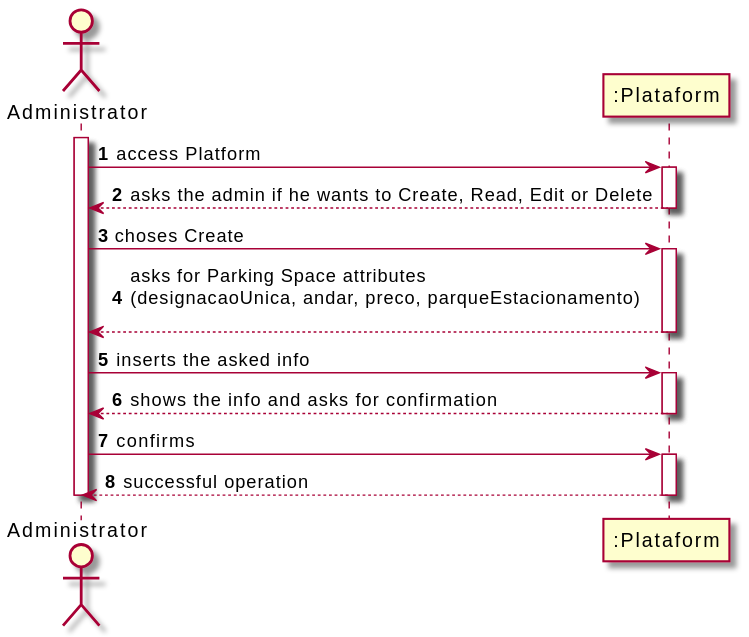
Before: Documentation/UC2/UC2_SSD.svg, a diagram exported from PlantUML (UPskillDOTNET/Inglorious-Developers).
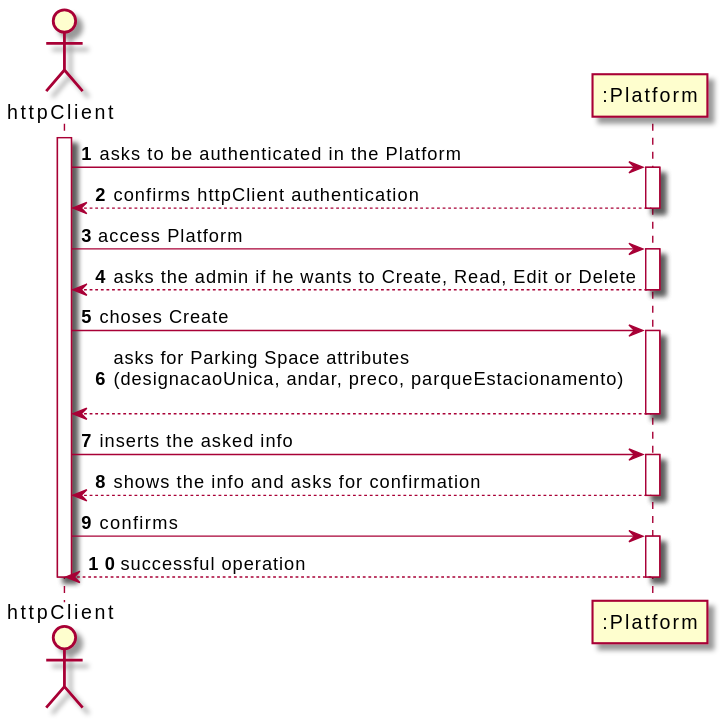
Above is the later version.

Commit message:
UC2 updated with httpClient actor

Change to the diagram source:
```diff
@@ -1,27 +1,33 @@
 @startuml
 autonumber
-actor "Administrator" as ADMIN
+actor "httpClient" as CLIENT
 
-activate ADMIN
-ADMIN -> ":Plataform" : access Platform
-activate ":Plataform"
-":Plataform" --> ADMIN : asks the admin if he wants to Create, Read, Edit or Delete
-deactivate ":Plataform"
+activate CLIENT
+CLIENT -> ":Platform" : asks to be authenticated in the Platform
+activate ":Platform"
+":Platform" --> CLIENT : confirms httpClient authentication
+deactivate ":Platform"
 
-ADMIN -> ":Plataform" : choses Create
-activate ":Plataform"
-":Plataform" --> ADMIN : asks for Parking Space attributes \n(designacaoUnica, andar, preco, parqueEstacionamento)\n
-deactivate ":Plataform"
+CLIENT -> ":Platform" : access Platform
+activate ":Platform"
 
-ADMIN -> ":Plataform" : inserts the asked info
-activate ":Plataform"
-":Plataform" --> ADMIN : shows the info and asks for confirmation
-deactivate ":Plataform"
+":Platform" --> CLIENT : asks the admin if he wants to Create, Read, Edit or Delete
+deactivate ":Platform"
 
-ADMIN -> ":Plataform" : confirms
-activate ":Plataform"
-":Plataform" --> ADMIN : successful operation
-deactivate ":Plataform"
+CLIENT -> ":Platform" : choses Create
+activate ":Platform"
+":Platform" --> CLIENT : asks for Parking Space attributes \n(designacaoUnica, andar, preco, parqueEstacionamento)\n
+deactivate ":Platform"
 
-deactivate ADMIN
+CLIENT -> ":Platform" : inserts the asked info
+activate ":Platform"
+":Platform" --> CLIENT : shows the info and asks for confirmation
+deactivate ":Platform"
+
+CLIENT -> ":Platform" : confirms
+activate ":Platform"
+":Platform" --> CLIENT : successful operation
+deactivate ":Platform"
+
+deactivate CLIENT
 @enduml
```
